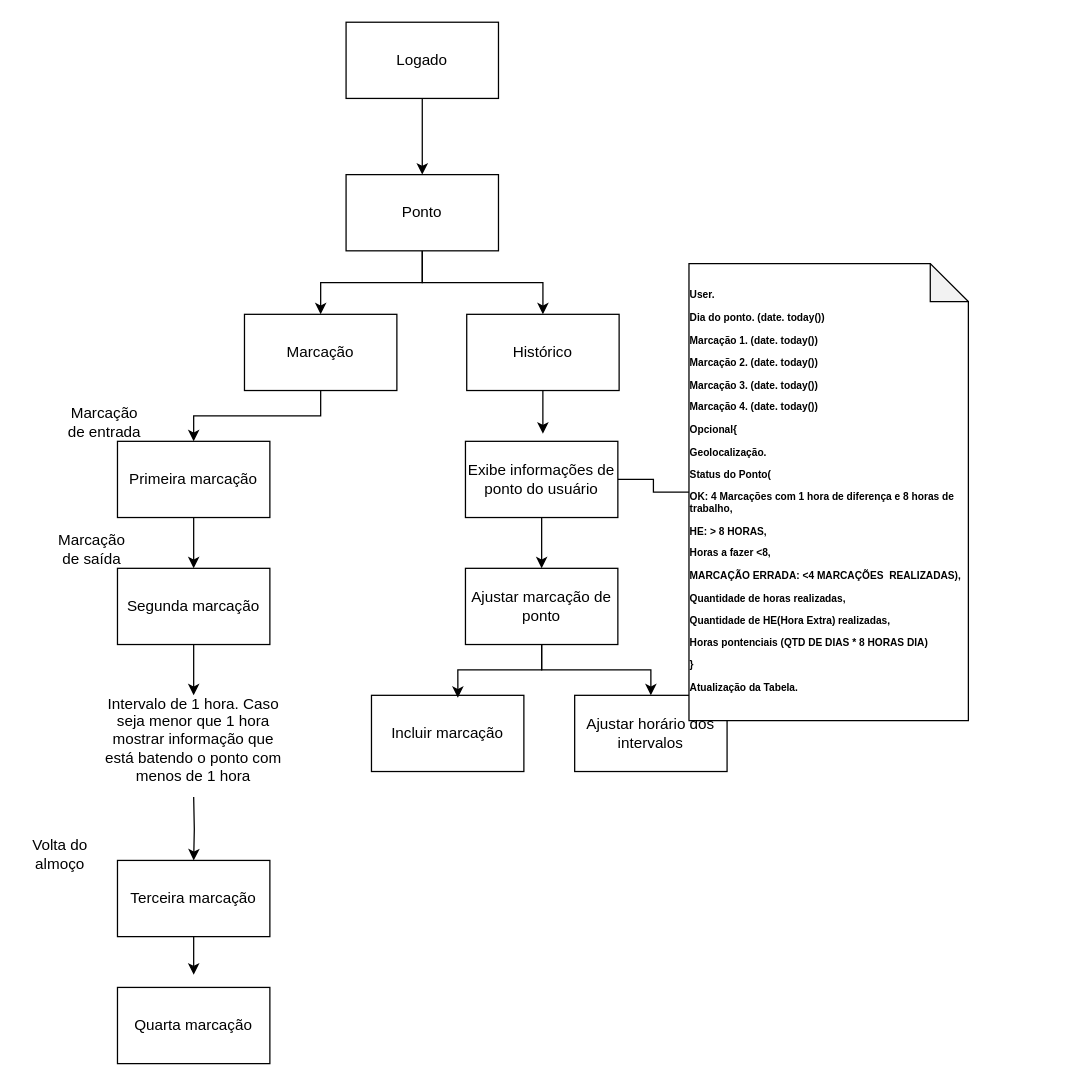
This is page "Mapeamento do processo" (1 of 4) of imagens/Desenho da solucao.drawio from FiapGffGrupo30/hackathon, a draw.io file, before an edit. Source tidied: cells renumbered, new cells numbered last; positions are measured from the earlier drawing's top-left corner, leaving out a move shared by most shapes. Both pictures are drawn from the tidied source at 127%, with x=0, y=0 at pixel (22, 22).
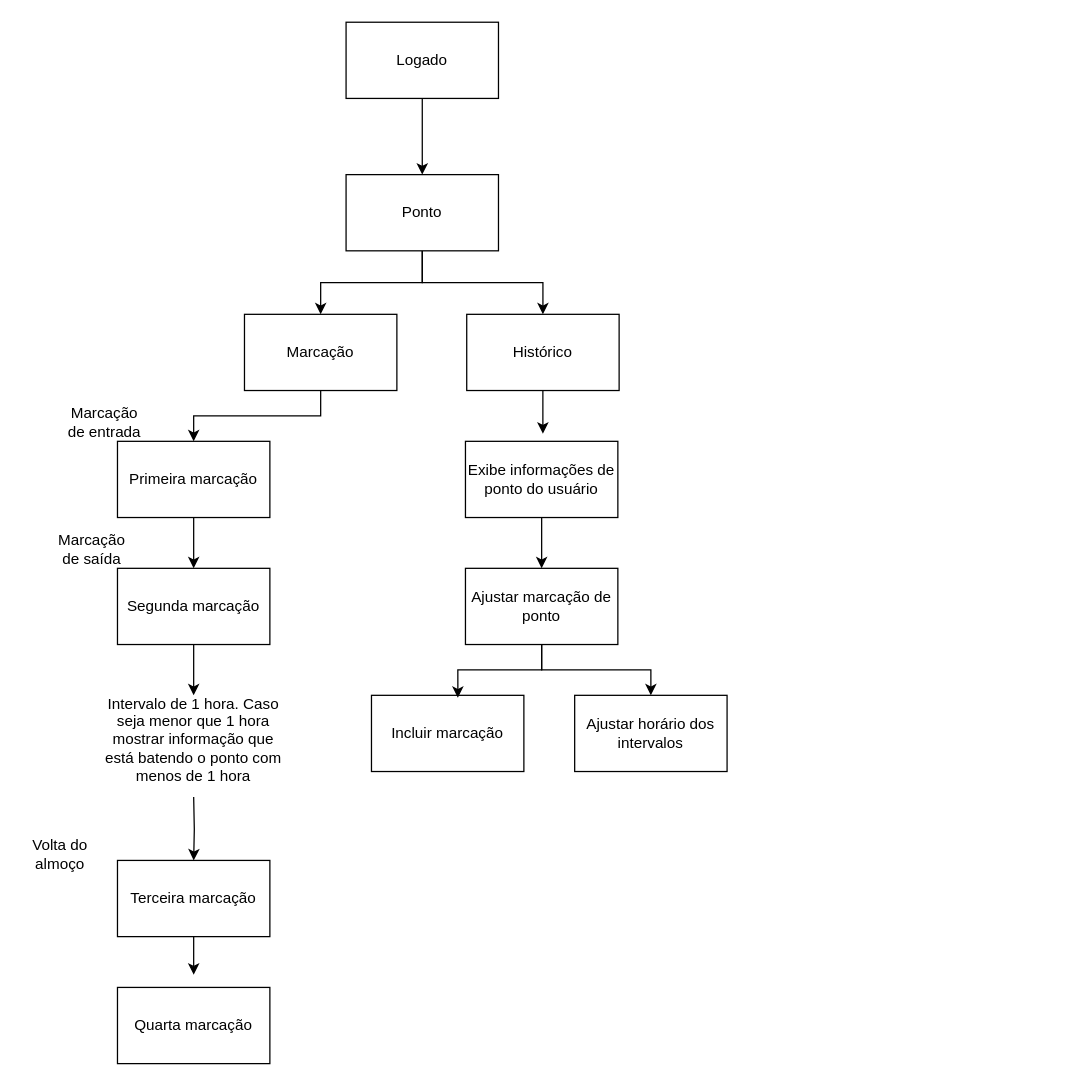
Above is the later version.

The change refers to these unchanged cells:
```xml
<mxCell id="12" value="Exibe informações de ponto do usuário" style="rounded=0;whiteSpace=wrap;html=1;" parent="1" vertex="1">
  <mxGeometry x="349" y="330" width="120" height="60" as="geometry" />
</mxCell>
```

Change to the diagram source:
```diff
@@
-    <mxCell id="11" style="edgeStyle=orthogonalEdgeStyle;rounded=0;jettySize=auto;html=1;endArrow=none;endFill=0;" parent="1" edge="1" source="12" target="26">
-      <mxGeometry relative="1" as="geometry" />
-    </mxCell>
@@
-    <mxCell id="26" value="&lt;h1 style=&quot;text-align: left; margin-top: 0px; font-size: 8px;&quot;&gt;&lt;p&gt;User.&lt;/p&gt;&lt;p&gt;Dia do ponto. (&lt;strong&gt;date.&lt;/strong&gt;&amp;nbsp;&lt;strong&gt;today()&lt;/strong&gt;)&lt;/p&gt;&lt;p&gt;Marcação 1.&amp;nbsp;(&lt;strong&gt;date.&lt;/strong&gt;&amp;nbsp;&lt;strong&gt;today()&lt;/strong&gt;)&lt;/p&gt;&lt;p&gt;Marcação 2. (&lt;strong&gt;date.&lt;/strong&gt;&amp;nbsp;&lt;strong&gt;today()&lt;/strong&gt;)&lt;/p&gt;&lt;p&gt;Marcação 3. (&lt;strong&gt;date.&lt;/strong&gt;&amp;nbsp;&lt;strong&gt;today()&lt;/strong&gt;)&lt;/p&gt;&lt;p&gt;Marcação 4. (&lt;strong&gt;date.&lt;/strong&gt;&amp;nbsp;&lt;strong&gt;today()&lt;/strong&gt;)&lt;/p&gt;&lt;p&gt;Opcional{&lt;/p&gt;&lt;p&gt;Geolocalização.&lt;/p&gt;&lt;p&gt;Status do Ponto(&lt;/p&gt;&lt;p&gt;OK: 4 Marcações com 1 hora de diferença e 8 horas de trabalho,&lt;/p&gt;&lt;p&gt;HE: &amp;gt; 8 HORAS,&lt;/p&gt;&lt;p&gt;Horas a fazer &amp;lt;8,&lt;/p&gt;&lt;p&gt;MARCAÇÃO ERRADA: &amp;lt;4 MARCAÇÕES&amp;nbsp; REALIZADAS),&lt;/p&gt;&lt;p&gt;Quantidade de horas realizadas,&lt;/p&gt;&lt;p&gt;Quantidade de HE(Hora Extra) realizadas,&lt;/p&gt;&lt;p&gt;Horas pontenciais (QTD DE DIAS * 8 HORAS DIA)&lt;/p&gt;&lt;p&gt;}&lt;/p&gt;&lt;p&gt;Atualização da Tabela.&lt;/p&gt;&lt;/h1&gt;" style="shape=note;whiteSpace=wrap;html=1;backgroundOutline=1;darkOpacity=0.05;" parent="1" vertex="1">
-      <mxGeometry x="525" y="190" width="220" height="360" as="geometry" />
-    </mxCell>
```
